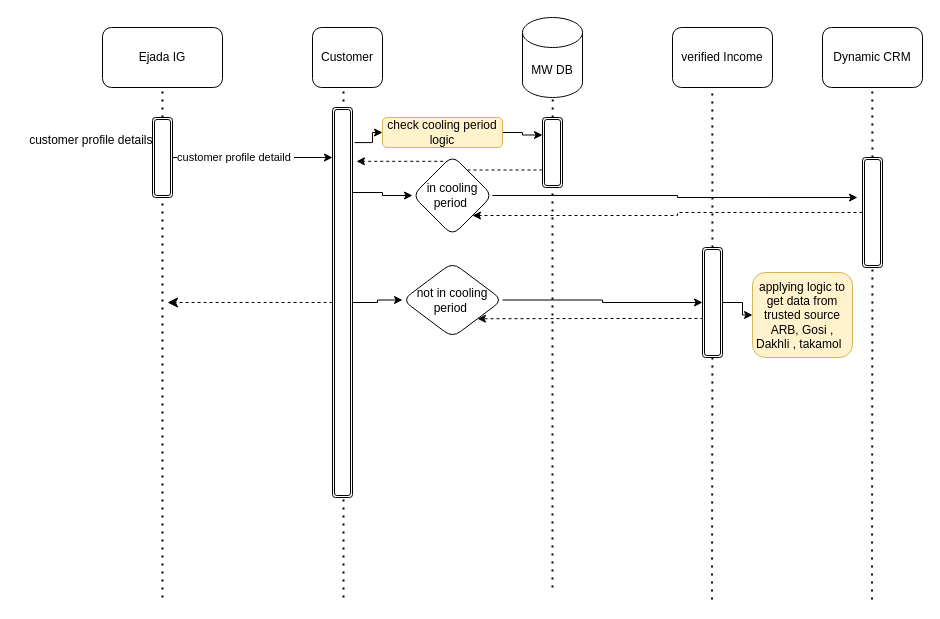
MHosnii/DrawIo keeps this draw.io diagram as page "customer profile detail flow" (4 of 5) of lead flow.drawio. Above is the earlier version. Source tidied: cells renumbered, new cells numbered last; positions are measured from the earlier drawing's top-left corner, leaving out a move shared by most shapes. Both pictures are drawn from the tidied source at 100%, with x=0, y=0 at pixel (17, 17).
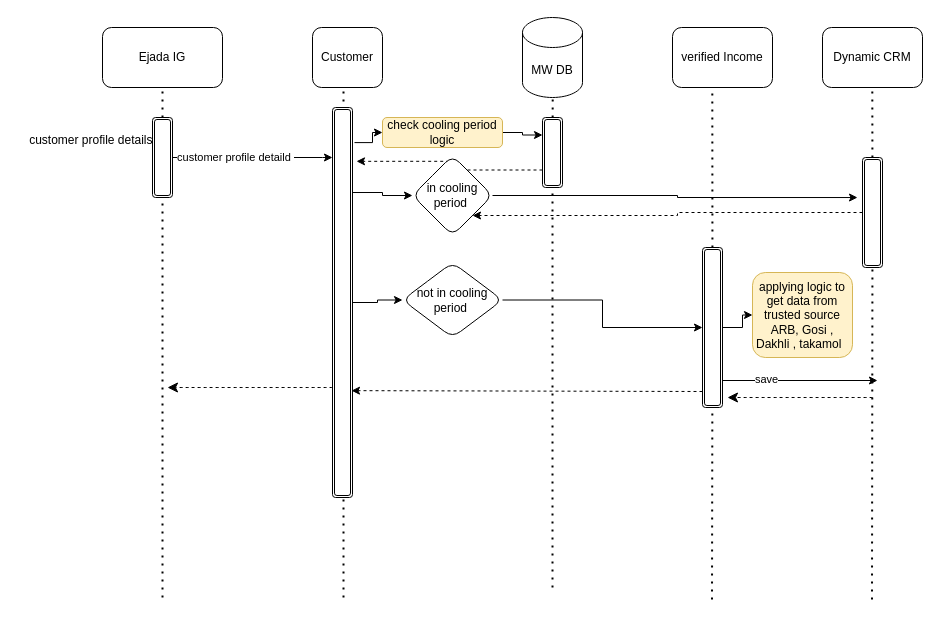
After the change.

The change refers to these unchanged cells:
```xml
<mxCell id="15" style="shape=ext;double=1;rounded=1;whiteSpace=wrap;html=1;" parent="1" vertex="1">
  <mxGeometry x="315" y="90" width="20" height="390" as="geometry" />
</mxCell>
<mxCell id="38" value="not in cooling period&amp;nbsp;" style="rhombus;whiteSpace=wrap;html=1;rounded=1;" parent="1" vertex="1">
  <mxGeometry x="385" y="245" width="100" height="75" as="geometry" />
</mxCell>
```

Diff of the diagram source:
```diff
@@
-    <mxCell id="14" style="edgeStyle=none;curved=1;rounded=0;jettySize=auto;html=1;fontSize=12;startSize=8;endSize=8;dashed=1;" parent="1" edge="1" source="15">
+    <mxCell id="14" style="edgeStyle=none;curved=1;rounded=0;orthogonalLoop=1;jettySize=auto;html=1;fontSize=12;startSize=8;endSize=8;dashed=1;" parent="1" edge="1">
       <mxGeometry relative="1" as="geometry">
-        <mxPoint x="150" y="285" as="targetPoint" />
+        <mxPoint x="315" y="370" as="sourcePoint" />
+        <mxPoint x="150" y="370" as="targetPoint" />
       </mxGeometry>
     </mxCell>
@@
-    <mxCell id="27" style="edgeStyle=orthogonalEdgeStyle;rounded=0;jettySize=auto;html=1;entryX=1;entryY=1;entryDx=0;entryDy=0;exitX=0.05;exitY=0.645;exitDx=0;exitDy=0;exitPerimeter=0;dashed=1;" parent="1" edge="1" source="28" target="38">
+    <mxCell id="27" style="rounded=0;jettySize=auto;html=1;entryX=0.95;entryY=0.726;entryDx=0;entryDy=0;exitX=0;exitY=0.9;exitDx=0;exitDy=0;exitPerimeter=0;dashed=1;entryPerimeter=0;" parent="1" edge="1" source="28" target="15">
       <mxGeometry relative="1" as="geometry" />
     </mxCell>
+    <mxCell id="39" style="rounded=0;orthogonalLoop=1;jettySize=auto;html=1;" parent="1" edge="1">
+      <mxGeometry relative="1" as="geometry">
+        <mxPoint x="705" y="363" as="sourcePoint" />
+        <mxPoint x="860" y="363" as="targetPoint" />
+      </mxGeometry>
+    </mxCell>
+    <mxCell id="40" value="save" style="edgeLabel;html=1;align=center;verticalAlign=middle;" parent="39" vertex="1">
+      <mxGeometry x="-0.45" y="2" relative="1" as="geometry" />
+    </mxCell>
     <mxCell id="28" style="shape=ext;double=1;rounded=1;whiteSpace=wrap;html=1;" parent="1" vertex="1">
-      <mxGeometry x="685" y="230" width="20" height="110" as="geometry" />
+      <mxGeometry x="685" y="230" width="20" height="160" as="geometry" />
     </mxCell>
@@
+    <mxCell id="41" style="edgeStyle=none;curved=1;rounded=0;orthogonalLoop=1;jettySize=auto;html=1;fontSize=12;startSize=8;endSize=8;dashed=1;" parent="1" edge="1">
+      <mxGeometry relative="1" as="geometry">
+        <mxPoint x="855" y="380" as="sourcePoint" />
+        <mxPoint x="710" y="380" as="targetPoint" />
+      </mxGeometry>
+    </mxCell>
```
